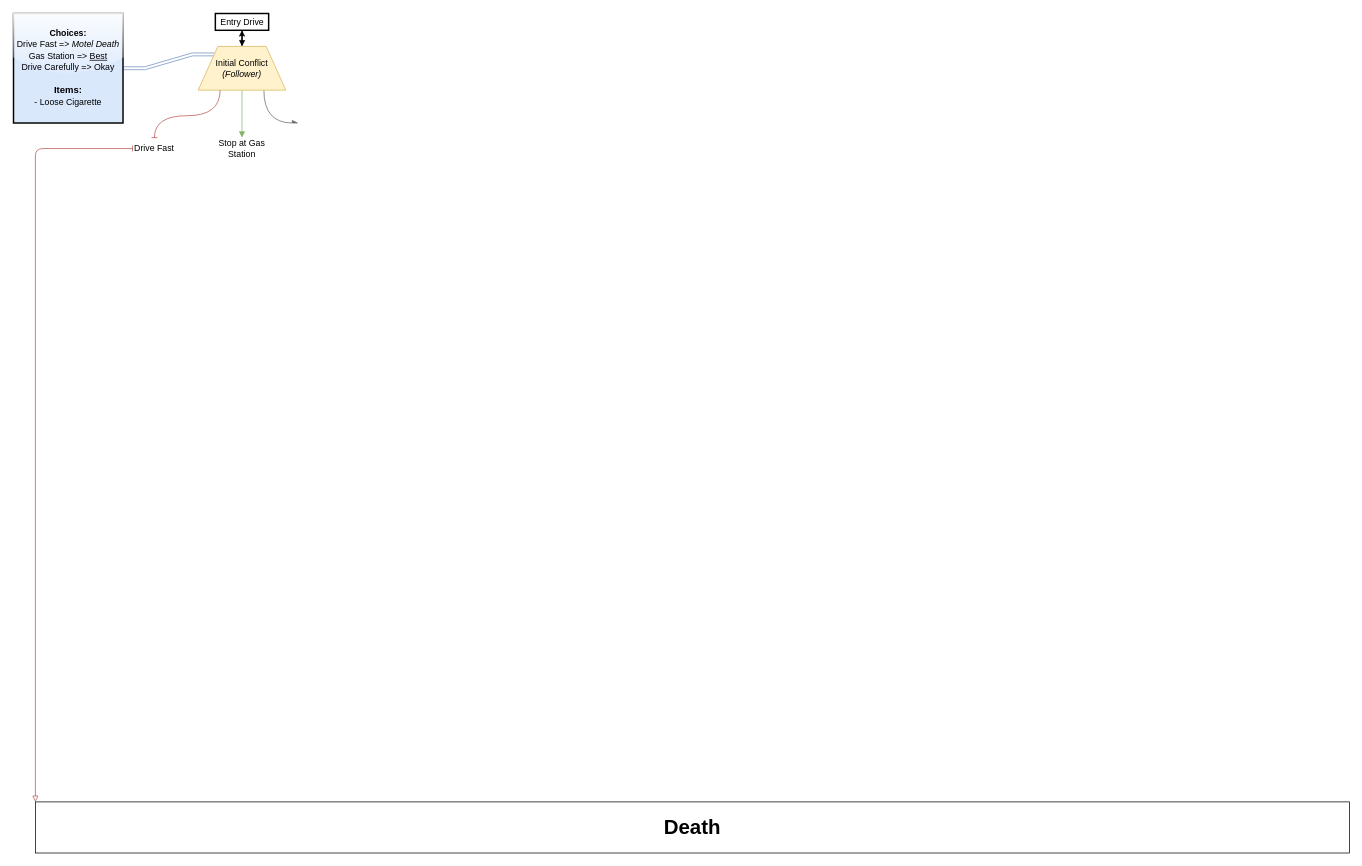
This is Untitled Diagram.drawio from DrTemperance/ProjectTILLIE, a draw.io file, before an edit. Source tidied: cells renumbered, new cells numbered last; positions are measured from the earlier drawing's top-left corner, leaving out a move shared by most shapes. Both pictures are drawn from the tidied source at 73%, with x=0, y=0 at pixel (13, 13).
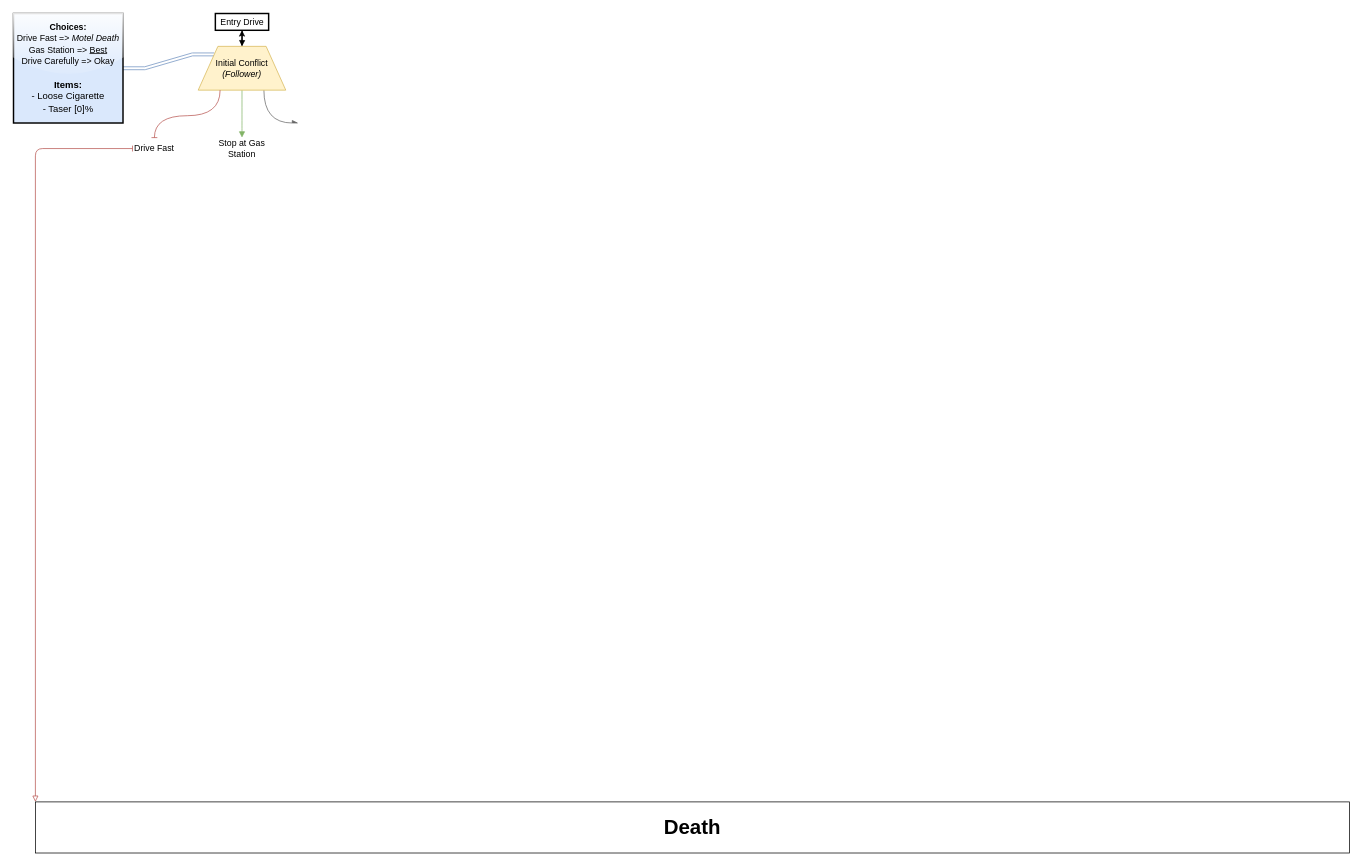
The same diagram, later.

Change to the diagram source:
```diff
@@
-    <mxCell id="14" value="&lt;p style=&quot;line-height: 130%;&quot;&gt;&lt;b&gt;Choices:&lt;br&gt;&lt;/b&gt;Drive Fast =&amp;gt; &lt;i&gt;Motel Death&lt;/i&gt;&lt;br&gt;Gas Station =&amp;gt; &lt;u&gt;Best&lt;br&gt;&lt;/u&gt;Drive Carefully =&amp;gt; Okay&lt;br&gt;&lt;br&gt;&lt;font style=&quot;font-size: 13px;&quot;&gt;&lt;b&gt;Items:&lt;/b&gt;&lt;br&gt;&lt;/font&gt;- Loose Cigarette&lt;/p&gt;" style="whiteSpace=wrap;html=1;fillColor=#dae8fc;strokeColor=default;strokeWidth=2;gradientColor=none;rounded=0;glass=1;shadow=0;" parent="1" vertex="1">
+    <mxCell id="14" value="&lt;p style=&quot;line-height: 130%;&quot;&gt;&lt;b&gt;Choices:&lt;br&gt;&lt;/b&gt;Drive Fast =&amp;gt; &lt;i&gt;Motel Death&lt;/i&gt;&lt;br&gt;Gas Station =&amp;gt; &lt;u&gt;Best&lt;br&gt;&lt;/u&gt;Drive Carefully =&amp;gt; Okay&lt;br&gt;&lt;br&gt;&lt;font style=&quot;font-size: 13px;&quot;&gt;&lt;b&gt;Items:&lt;/b&gt;&lt;br&gt;&lt;span style=&quot;background-color: initial;&quot;&gt;- Loose Cigarette&lt;/span&gt;&lt;br&gt;&lt;span style=&quot;background-color: initial;&quot;&gt;- Taser [0]%&lt;/span&gt;&lt;br&gt;&lt;/font&gt;&lt;/p&gt;" style="whiteSpace=wrap;html=1;fillColor=#dae8fc;strokeColor=default;strokeWidth=2;gradientColor=none;rounded=0;glass=1;shadow=0;" parent="1" vertex="1">
       <mxGeometry width="150" height="150" as="geometry" />
     </mxCell>
```
